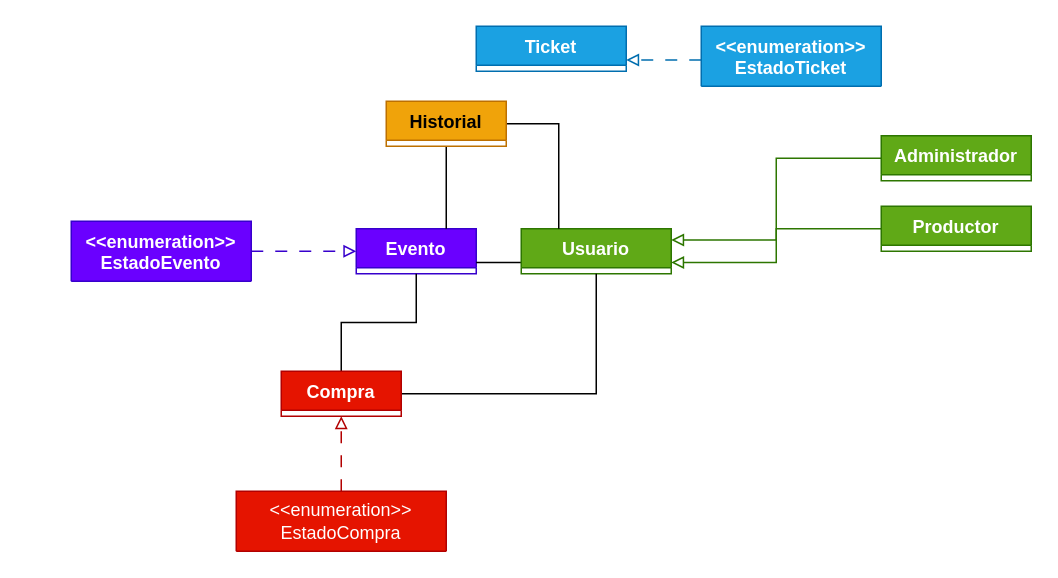
Above: docs/Diagrama de clases.drawio in Fabrizioandres1998/TicketGO (draw.io), before the change. Source tidied: cells renumbered, new cells numbered last; positions are measured from the earlier drawing's top-left corner, leaving out a move shared by most shapes. Both pictures are drawn from the tidied source at 150%, with x=0, y=0 at pixel (70, 26).
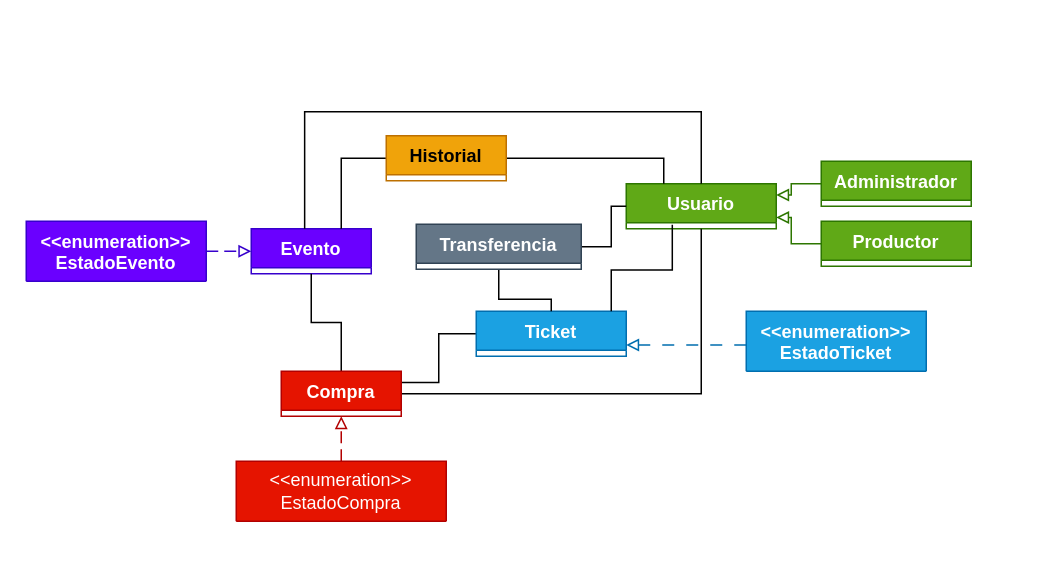
The same diagram, later.

Unchanged cells that the change refers to:
```xml
<mxCell id="16" value="Compra" style="swimlane;fontStyle=1;align=center;verticalAlign=top;horizontal=1;startSize=26;whiteSpace=wrap;html=1;fillColor=#e51400;fontColor=#ffffff;strokeColor=#B20000;" parent="1" vertex="1" collapsed="1">
  <mxGeometry x="140" y="230" width="80" height="30" as="geometry" />
</mxCell>
```

The edit, as a diff of the source:
```diff
@@
     <mxCell id="2" value="Evento" style="swimlane;fontStyle=1;align=center;verticalAlign=top;horizontal=1;startSize=26;whiteSpace=wrap;html=1;fillColor=#6a00ff;fontColor=#ffffff;strokeColor=#3700CC;" parent="1" vertex="1" collapsed="1">
-      <mxGeometry x="190" y="135" width="80" height="30" as="geometry" />
+      <mxGeometry x="120" y="135" width="80" height="30" as="geometry" />
     </mxCell>
@@
     <mxCell id="4" value="Productor" style="swimlane;fontStyle=1;align=center;verticalAlign=top;horizontal=1;startSize=26;whiteSpace=wrap;html=1;fillColor=#60a917;fontColor=#ffffff;strokeColor=#2D7600;" parent="1" vertex="1" collapsed="1">
-      <mxGeometry x="540" y="120" width="100" height="30" as="geometry" />
+      <mxGeometry x="500" y="130" width="100" height="30" as="geometry" />
     </mxCell>
+    <mxCell id="22" style="edgeStyle=orthogonalEdgeStyle;rounded=0;jettySize=auto;html=1;entryX=1;entryY=0.25;entryDx=0;entryDy=0;endArrow=none;endFill=0;" parent="1" edge="1" source="5" target="16">
+      <mxGeometry relative="1" as="geometry" />
+    </mxCell>
     <mxCell id="5" value="Ticket" style="swimlane;fontStyle=1;align=center;verticalAlign=top;horizontal=1;startSize=26;whiteSpace=wrap;html=1;fillColor=#1ba1e2;fontColor=#ffffff;strokeColor=#006EAF;" parent="1" vertex="1" collapsed="1">
-      <mxGeometry x="270" width="100" height="30" as="geometry" />
+      <mxGeometry x="270" y="190" width="100" height="30" as="geometry" />
     </mxCell>
@@
     <mxCell id="7" value="Administrador" style="swimlane;fontStyle=1;align=center;verticalAlign=top;horizontal=1;startSize=26;whiteSpace=wrap;html=1;fillColor=#60a917;fontColor=#ffffff;strokeColor=#2D7600;" parent="1" vertex="1" collapsed="1">
-      <mxGeometry x="540" y="73" width="100" height="30" as="geometry" />
+      <mxGeometry x="500" y="90" width="100" height="30" as="geometry" />
     </mxCell>
-    <mxCell id="8" style="edgeStyle=orthogonalEdgeStyle;rounded=0;jettySize=auto;html=1;entryX=1;entryY=0.75;entryDx=0;entryDy=0;endArrow=none;endFill=0;exitX=0;exitY=0.75;exitDx=0;exitDy=0;" parent="1" edge="1" source="9" target="2">
-      <mxGeometry relative="1" as="geometry">
-        <Array as="points">
-          <mxPoint x="340" y="157.5" />
-        </Array>
-      </mxGeometry>
-    </mxCell>
     <mxCell id="9" value="Usuario" style="swimlane;fontStyle=1;align=center;verticalAlign=top;horizontal=1;startSize=26;whiteSpace=wrap;html=1;fillColor=#60a917;fontColor=#ffffff;strokeColor=#2D7600;" parent="1" vertex="1" collapsed="1">
-      <mxGeometry x="300" y="135" width="100" height="30" as="geometry" />
+      <mxGeometry x="370" y="105" width="100" height="30" as="geometry" />
     </mxCell>
@@
     <mxCell id="11" value="&lt;div&gt;&amp;lt;&amp;lt;enumeration&amp;gt;&amp;gt;&lt;/div&gt;EstadoEvento" style="swimlane;fontStyle=1;align=center;verticalAlign=top;horizontal=1;startSize=40;whiteSpace=wrap;html=1;fillColor=#6a00ff;fontColor=#ffffff;strokeColor=#3700CC;" parent="1" vertex="1" collapsed="1">
-      <mxGeometry y="130" width="120" height="40" as="geometry" />
+      <mxGeometry x="-30" y="130" width="120" height="40" as="geometry" />
     </mxCell>
     <mxCell id="12" style="edgeStyle=orthogonalEdgeStyle;rounded=0;jettySize=auto;html=1;dashed=1;dashPattern=8 8;endArrow=block;endFill=0;entryX=1;entryY=0.75;entryDx=0;entryDy=0;fillColor=#1ba1e2;strokeColor=#006EAF;" parent="1" edge="1" source="13" target="5">
       <mxGeometry relative="1" as="geometry">
         <Array as="points">
-          <mxPoint x="450" y="22.5" />
-          <mxPoint x="450" y="22.5" />
+          <mxPoint x="460" y="212.5" />
+          <mxPoint x="460" y="212.5" />
         </Array>
       </mxGeometry>
     </mxCell>
     <mxCell id="13" value="&lt;div&gt;&amp;lt;&amp;lt;enumeration&amp;gt;&amp;gt;&lt;/div&gt;EstadoTicket" style="swimlane;fontStyle=1;align=center;verticalAlign=top;horizontal=1;startSize=40;whiteSpace=wrap;html=1;fillColor=#1ba1e2;fontColor=#ffffff;strokeColor=#006EAF;" parent="1" vertex="1" collapsed="1">
-      <mxGeometry x="420" width="120" height="40" as="geometry" />
+      <mxGeometry x="450" y="190" width="120" height="40" as="geometry" />
     </mxCell>
@@
     <mxCell id="18" value="&amp;lt;&amp;lt;enumeration&amp;gt;&amp;gt;&lt;div&gt;EstadoCompra&lt;/div&gt;" style="swimlane;fontStyle=0;horizontal=1;startSize=40;whiteSpace=wrap;html=1;fillColor=#e51400;fontColor=#ffffff;strokeColor=#B20000;" parent="1" vertex="1" collapsed="1">
-      <mxGeometry x="110" y="310" width="140" height="40" as="geometry" />
+      <mxGeometry x="110" y="290" width="140" height="40" as="geometry" />
     </mxCell>
     <mxCell id="19" style="edgeStyle=orthogonalEdgeStyle;rounded=0;jettySize=auto;html=1;entryX=0.25;entryY=0;entryDx=0;entryDy=0;endArrow=none;endFill=0;" parent="1" edge="1" source="21" target="9">
-      <mxGeometry relative="1" as="geometry" />
+      <mxGeometry relative="1" as="geometry">
+        <Array as="points">
+          <mxPoint x="395" y="88" />
+        </Array>
+      </mxGeometry>
     </mxCell>
@@
     <mxCell id="21" value="Historial" style="swimlane;fontStyle=1;align=center;verticalAlign=top;horizontal=1;startSize=26;whiteSpace=wrap;html=1;fillColor=#f0a30a;fontColor=#000000;strokeColor=#BD7000;" parent="1" vertex="1" collapsed="1">
-      <mxGeometry x="210" y="50" width="80" height="30" as="geometry" />
+      <mxGeometry x="210" y="73" width="80" height="30" as="geometry" />
     </mxCell>
+    <mxCell id="23" style="edgeStyle=orthogonalEdgeStyle;rounded=0;jettySize=auto;html=1;entryX=0.307;entryY=0.909;entryDx=0;entryDy=0;entryPerimeter=0;endArrow=none;endFill=0;" parent="1" edge="1" source="5" target="9">
+      <mxGeometry relative="1" as="geometry">
+        <Array as="points">
+          <mxPoint x="360" y="162.5" />
+          <mxPoint x="400.7" y="162.5" />
+        </Array>
+      </mxGeometry>
+    </mxCell>
+    <mxCell id="24" style="edgeStyle=orthogonalEdgeStyle;rounded=0;jettySize=auto;html=1;endArrow=none;endFill=0;" parent="1" edge="1" source="26" target="9">
+      <mxGeometry relative="1" as="geometry" />
+    </mxCell>
+    <mxCell id="25" style="edgeStyle=orthogonalEdgeStyle;rounded=0;jettySize=auto;html=1;entryX=0.5;entryY=0;entryDx=0;entryDy=0;endArrow=none;endFill=0;" parent="1" edge="1" source="26" target="5">
+      <mxGeometry relative="1" as="geometry" />
+    </mxCell>
+    <mxCell id="26" value="Transferencia" style="swimlane;fontStyle=1;align=center;verticalAlign=top;horizontal=1;startSize=26;whiteSpace=wrap;html=1;fillColor=#647687;fontColor=#ffffff;strokeColor=#314354;" parent="1" vertex="1" collapsed="1">
+      <mxGeometry x="230" y="132" width="110" height="30" as="geometry" />
+    </mxCell>
+    <mxCell id="8" style="rounded=0;jettySize=auto;html=1;entryX=0.445;entryY=0.001;entryDx=0;entryDy=0;entryPerimeter=0;endArrow=none;endFill=0;edgeStyle=orthogonalEdgeStyle;elbow=vertical;libavoidRouting=1;curved=0;" parent="1" edge="1" source="9" target="2">
+      <mxGeometry relative="1" as="geometry">
+        <Array as="points">
+          <mxPoint x="420" y="57" />
+          <mxPoint x="156" y="57" />
+        </Array>
+      </mxGeometry>
+    </mxCell>
```
